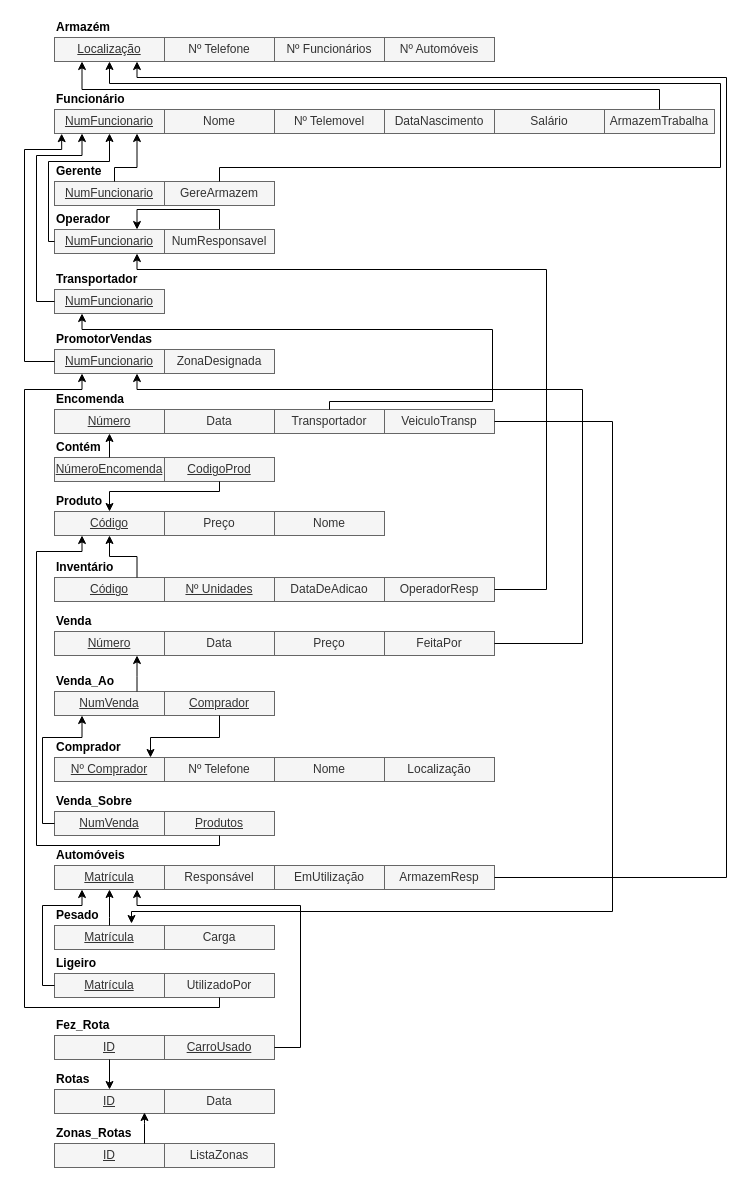
dot-1q/bd-bebidis keeps this draw.io diagram as DER and REL/relational.drawio. Above is the earlier version. Source tidied: cells renumbered, new cells numbered last; positions are measured from the earlier drawing's top-left corner, leaving out a move shared by most shapes. Both pictures are drawn from the tidied source at 100%, with x=0, y=0 at pixel (24, 17).
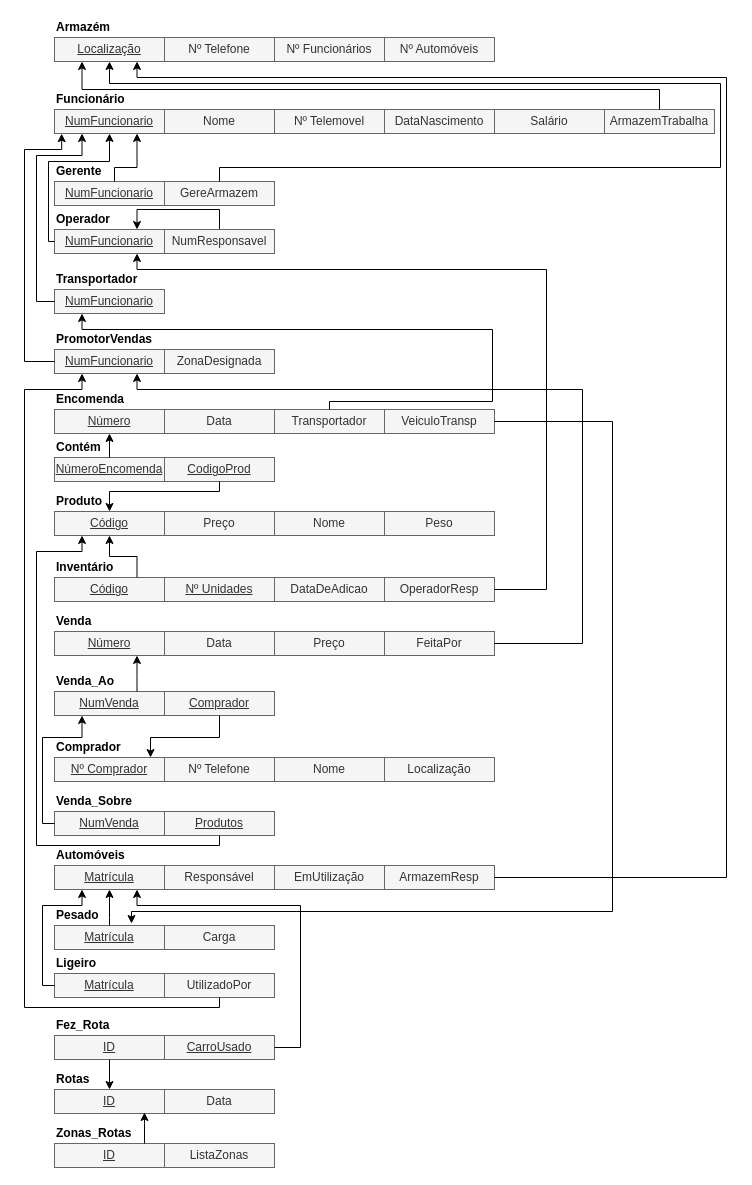
The same page after the edit.

Change to the diagram source:
```diff
@@
     <mxCell id="20" style="group;" parent="1" vertex="1">
-      <mxGeometry x="30" y="474" width="440" height="44" as="geometry" />
+      <mxGeometry x="30" y="474" width="440" height="46" as="geometry" />
     </mxCell>
@@
+    <mxCell id="126" value="Peso" style="rounded=0;whiteSpace=wrap;html=1;fillColor=#f5f5f5;strokeColor=#666666;fontColor=#333333;" parent="20" vertex="1">
+      <mxGeometry x="330" y="20" width="110" height="24" as="geometry" />
+    </mxCell>
```
